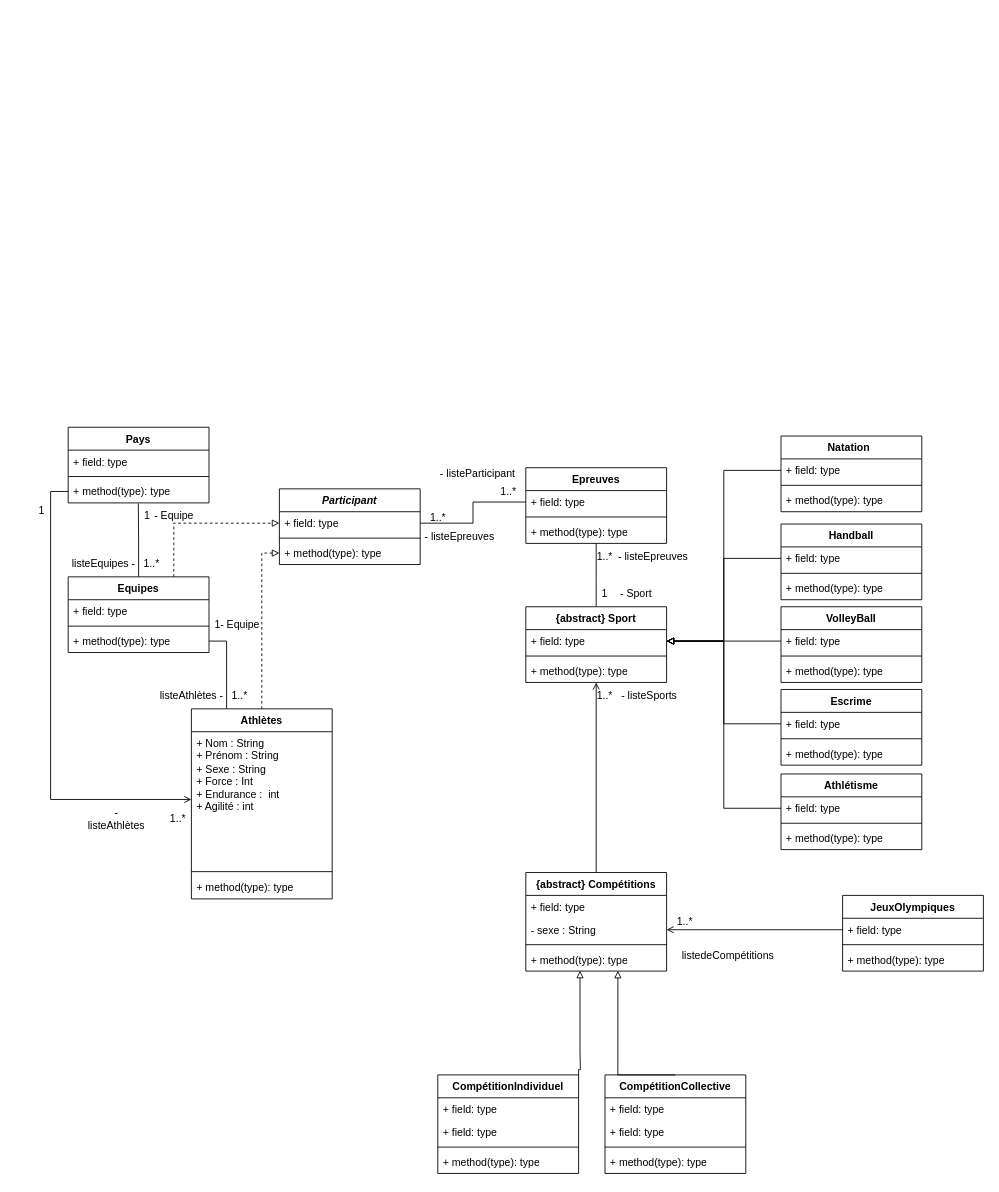
Earlier version of the draw.io diagram Diagramme sans nom.drawio (alexisnisol/JeuxOlympiques). Source tidied: cells renumbered, new cells numbered last; positions are measured from the earlier drawing's top-left corner, leaving out a move shared by most shapes. Both pictures are drawn from the tidied source at 88%, with x=0, y=0 at pixel (15, 427).
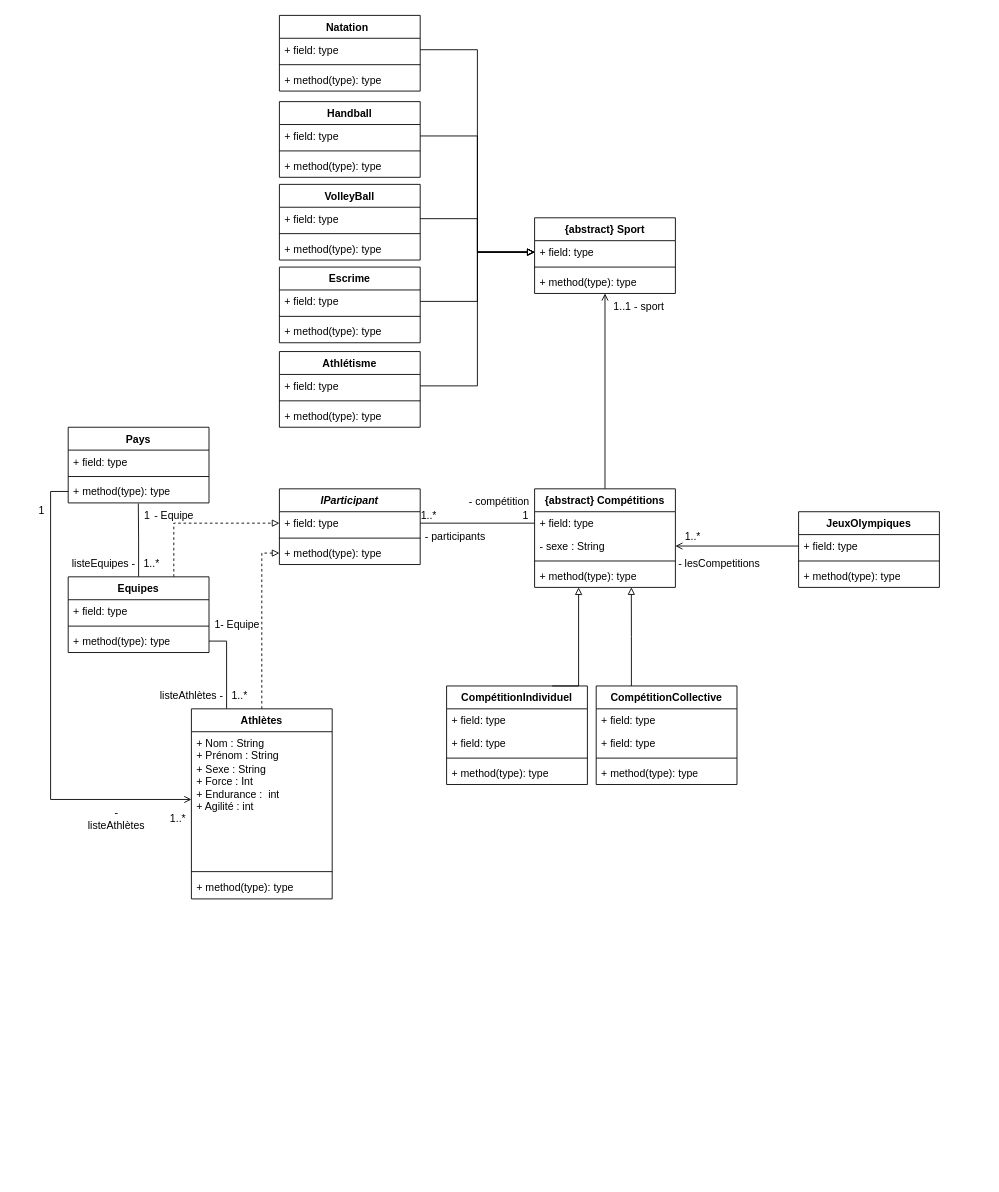
The same diagram, later.

Commit message:
Mettre à jour Diagramme sans nom.drawio

The change refers to these unchanged cells:
```xml
<mxCell id="5" value="+ field: type" style="text;strokeColor=none;fillColor=none;align=left;verticalAlign=top;spacingLeft=4;spacingRight=4;overflow=hidden;points=[[0,0.5],[1,0.5]];portConstraint=eastwest;whiteSpace=wrap;html=1;" parent="4" vertex="1">
  <mxGeometry y="26" width="160" height="26" as="geometry" />
</mxCell>
<mxCell id="35" value="+ field: type" style="text;strokeColor=none;fillColor=none;align=left;verticalAlign=top;spacingLeft=4;spacingRight=4;overflow=hidden;points=[[0,0.5],[1,0.5]];portConstraint=eastwest;whiteSpace=wrap;html=1;" parent="34" vertex="1">
  <mxGeometry y="26" width="160" height="26" as="geometry" />
</mxCell>
<mxCell id="39" value="+ field: type" style="text;strokeColor=none;fillColor=none;align=left;verticalAlign=top;spacingLeft=4;spacingRight=4;overflow=hidden;points=[[0,0.5],[1,0.5]];portConstraint=eastwest;whiteSpace=wrap;html=1;" parent="38" vertex="1">
  <mxGeometry y="26" width="160" height="26" as="geometry" />
</mxCell>
<mxCell id="43" value="+ field: type" style="text;strokeColor=none;fillColor=none;align=left;verticalAlign=top;spacingLeft=4;spacingRight=4;overflow=hidden;points=[[0,0.5],[1,0.5]];portConstraint=eastwest;whiteSpace=wrap;html=1;" parent="42" vertex="1">
  <mxGeometry y="26" width="160" height="26" as="geometry" />
</mxCell>
<mxCell id="47" value="+ field: type" style="text;strokeColor=none;fillColor=none;align=left;verticalAlign=top;spacingLeft=4;spacingRight=4;overflow=hidden;points=[[0,0.5],[1,0.5]];portConstraint=eastwest;whiteSpace=wrap;html=1;" parent="46" vertex="1">
  <mxGeometry y="26" width="160" height="26" as="geometry" />
</mxCell>
<mxCell id="51" value="+ field: type" style="text;strokeColor=none;fillColor=none;align=left;verticalAlign=top;spacingLeft=4;spacingRight=4;overflow=hidden;points=[[0,0.5],[1,0.5]];portConstraint=eastwest;whiteSpace=wrap;html=1;" parent="50" vertex="1">
  <mxGeometry y="26" width="160" height="26" as="geometry" />
</mxCell>
<mxCell id="63" value="+ field: type" style="text;strokeColor=none;fillColor=none;align=left;verticalAlign=top;spacingLeft=4;spacingRight=4;overflow=hidden;points=[[0,0.5],[1,0.5]];portConstraint=eastwest;whiteSpace=wrap;html=1;" parent="62" vertex="1">
  <mxGeometry y="26" width="160" height="26" as="geometry" />
</mxCell>
<mxCell id="64" value="- sexe : String" style="text;strokeColor=none;fillColor=none;align=left;verticalAlign=top;spacingLeft=4;spacingRight=4;overflow=hidden;points=[[0,0.5],[1,0.5]];portConstraint=eastwest;whiteSpace=wrap;html=1;" parent="62" vertex="1">
  <mxGeometry y="52" width="160" height="26" as="geometry" />
</mxCell>
<mxCell id="66" value="+ method(type): type" style="text;strokeColor=none;fillColor=none;align=left;verticalAlign=top;spacingLeft=4;spacingRight=4;overflow=hidden;points=[[0,0.5],[1,0.5]];portConstraint=eastwest;whiteSpace=wrap;html=1;" parent="62" vertex="1">
  <mxGeometry y="86" width="160" height="26" as="geometry" />
</mxCell>
<mxCell id="80" value="+ field: type" style="text;strokeColor=none;fillColor=none;align=left;verticalAlign=top;spacingLeft=4;spacingRight=4;overflow=hidden;points=[[0,0.5],[1,0.5]];portConstraint=eastwest;whiteSpace=wrap;html=1;" parent="79" vertex="1">
  <mxGeometry y="26" width="160" height="26" as="geometry" />
</mxCell>
<mxCell id="85" value="+ field: type" style="text;strokeColor=none;fillColor=none;align=left;verticalAlign=top;spacingLeft=4;spacingRight=4;overflow=hidden;points=[[0,0.5],[1,0.5]];portConstraint=eastwest;whiteSpace=wrap;html=1;" parent="84" vertex="1">
  <mxGeometry y="26" width="160" height="26" as="geometry" />
</mxCell>
```

The edit, as a diff of the source:
```diff
@@
-    <mxCell id="3" style="edgeStyle=orthogonalEdgeStyle;rounded=0;jettySize=auto;html=1;endArrow=none;endFill=0;" parent="1" edge="1" source="4" target="23">
-      <mxGeometry relative="1" as="geometry">
-        <Array as="points">
-          <mxPoint x="660" y="176" />
-          <mxPoint x="660" y="176" />
-        </Array>
-      </mxGeometry>
-    </mxCell>
     <mxCell id="4" value="{abstract} Sport" style="swimlane;fontStyle=1;align=center;verticalAlign=top;horizontal=1;startSize=26;whiteSpace=wrap;html=1;" parent="1" vertex="1">
-      <mxGeometry x="580" y="204" width="160" height="86" as="geometry" />
+      <mxGeometry x="590" y="-238" width="160" height="86" as="geometry" />
     </mxCell>
@@
-    <mxCell id="20" value="Epreuves" style="swimlane;fontStyle=1;align=center;verticalAlign=top;horizontal=1;startSize=26;whiteSpace=wrap;html=1;" parent="1" vertex="1">
-      <mxGeometry x="580" y="46" width="160" height="86" as="geometry" />
-    </mxCell>
-    <mxCell id="21" value="+ field: type" style="text;strokeColor=none;fillColor=none;align=left;verticalAlign=top;spacingLeft=4;spacingRight=4;overflow=hidden;points=[[0,0.5],[1,0.5]];portConstraint=eastwest;whiteSpace=wrap;html=1;" parent="20" vertex="1">
-      <mxGeometry y="26" width="160" height="26" as="geometry" />
-    </mxCell>
-    <mxCell id="22" style="line;strokeWidth=1;fillColor=none;align=left;verticalAlign=middle;spacingTop=-1;spacingLeft=3;spacingRight=3;labelPosition=right;strokeColor=inherit;" parent="20" vertex="1">
-      <mxGeometry y="52" width="160" height="8" as="geometry" />
-    </mxCell>
-    <mxCell id="23" value="+ method(type): type" style="text;strokeColor=none;fillColor=none;align=left;verticalAlign=top;spacingLeft=4;spacingRight=4;overflow=hidden;points=[[0,0.5],[1,0.5]];portConstraint=eastwest;whiteSpace=wrap;html=1;" parent="20" vertex="1">
-      <mxGeometry y="60" width="160" height="26" as="geometry" />
-    </mxCell>
@@
     <mxCell id="34" value="Handball" style="swimlane;fontStyle=1;align=center;verticalAlign=top;horizontal=1;startSize=26;whiteSpace=wrap;html=1;" parent="1" vertex="1">
-      <mxGeometry x="870" y="110" width="160" height="86" as="geometry" />
+      <mxGeometry x="300" y="-370" width="160" height="86" as="geometry" />
     </mxCell>
@@
     <mxCell id="38" value="&lt;div&gt;VolleyBall&lt;/div&gt;" style="swimlane;fontStyle=1;align=center;verticalAlign=top;horizontal=1;startSize=26;whiteSpace=wrap;html=1;" parent="1" vertex="1">
-      <mxGeometry x="870" y="204" width="160" height="86" as="geometry" />
+      <mxGeometry x="300" y="-276" width="160" height="86" as="geometry" />
     </mxCell>
@@
     <mxCell id="42" value="Escrime" style="swimlane;fontStyle=1;align=center;verticalAlign=top;horizontal=1;startSize=26;whiteSpace=wrap;html=1;" parent="1" vertex="1">
-      <mxGeometry x="870" y="298" width="160" height="86" as="geometry" />
+      <mxGeometry x="300" y="-182" width="160" height="86" as="geometry" />
     </mxCell>
@@
     <mxCell id="46" value="Natation&lt;span style=&quot;white-space: pre;&quot;&gt;&#9;&lt;/span&gt;" style="swimlane;fontStyle=1;align=center;verticalAlign=top;horizontal=1;startSize=26;whiteSpace=wrap;html=1;" parent="1" vertex="1">
-      <mxGeometry x="870" y="10" width="160" height="86" as="geometry" />
+      <mxGeometry x="300" y="-468" width="160" height="86" as="geometry" />
     </mxCell>
@@
     <mxCell id="50" value="Athlétisme" style="swimlane;fontStyle=1;align=center;verticalAlign=top;horizontal=1;startSize=26;whiteSpace=wrap;html=1;" parent="1" vertex="1">
-      <mxGeometry x="870" y="394" width="160" height="86" as="geometry" />
+      <mxGeometry x="300" y="-86" width="160" height="86" as="geometry" />
     </mxCell>
@@
-    <mxCell id="54" style="edgeStyle=orthogonalEdgeStyle;rounded=0;jettySize=auto;html=1;exitX=0;exitY=0.5;exitDx=0;exitDy=0;entryX=1;entryY=0.5;entryDx=0;entryDy=0;endArrow=block;endFill=0;" parent="1" edge="1" source="47" target="5">
-      <mxGeometry relative="1" as="geometry" />
-    </mxCell>
-    <mxCell id="55" style="edgeStyle=orthogonalEdgeStyle;rounded=0;jettySize=auto;html=1;exitX=0;exitY=0.5;exitDx=0;exitDy=0;entryX=1;entryY=0.5;entryDx=0;entryDy=0;endArrow=block;endFill=0;" parent="1" edge="1" source="35" target="5">
-      <mxGeometry relative="1" as="geometry" />
-    </mxCell>
-    <mxCell id="56" style="edgeStyle=orthogonalEdgeStyle;rounded=0;jettySize=auto;html=1;exitX=0;exitY=0.5;exitDx=0;exitDy=0;entryX=1;entryY=0.5;entryDx=0;entryDy=0;endArrow=block;endFill=0;" parent="1" edge="1" source="39" target="5">
-      <mxGeometry relative="1" as="geometry" />
-    </mxCell>
-    <mxCell id="57" style="edgeStyle=orthogonalEdgeStyle;rounded=0;jettySize=auto;html=1;exitX=0;exitY=0.5;exitDx=0;exitDy=0;entryX=1;entryY=0.5;entryDx=0;entryDy=0;endArrow=block;endFill=0;" parent="1" edge="1" source="43" target="5">
-      <mxGeometry relative="1" as="geometry" />
-    </mxCell>
-    <mxCell id="58" style="edgeStyle=orthogonalEdgeStyle;rounded=0;jettySize=auto;html=1;exitX=0;exitY=0.5;exitDx=0;exitDy=0;entryX=1;entryY=0.5;entryDx=0;entryDy=0;endArrow=block;endFill=0;" parent="1" edge="1" source="51" target="5">
-      <mxGeometry relative="1" as="geometry" />
-    </mxCell>
-    <mxCell id="59" value="1..*" style="text;html=1;align=center;verticalAlign=middle;whiteSpace=wrap;rounded=0;" parent="1" vertex="1">
-      <mxGeometry x="640" y="290" width="60" height="30" as="geometry" />
+    <mxCell id="59" value="1..1" style="text;html=1;align=center;verticalAlign=middle;whiteSpace=wrap;rounded=0;" parent="1" vertex="1">
+      <mxGeometry x="660" y="-152" width="60" height="30" as="geometry" />
     </mxCell>
-    <mxCell id="60" value="1" style="text;html=1;align=center;verticalAlign=middle;whiteSpace=wrap;rounded=0;" parent="1" vertex="1">
-      <mxGeometry x="640" y="174" width="60" height="30" as="geometry" />
-    </mxCell>
-    <mxCell id="61" value="1..*" style="text;html=1;align=center;verticalAlign=middle;whiteSpace=wrap;rounded=0;" parent="1" vertex="1">
-      <mxGeometry x="640" y="132" width="60" height="30" as="geometry" />
-    </mxCell>
     <mxCell id="62" value="{abstract} Compétitions" style="swimlane;fontStyle=1;align=center;verticalAlign=top;horizontal=1;startSize=26;whiteSpace=wrap;html=1;" parent="1" vertex="1">
-      <mxGeometry x="580" y="506" width="160" height="112" as="geometry" />
+      <mxGeometry x="590" y="70" width="160" height="112" as="geometry" />
     </mxCell>
@@
     <mxCell id="67" value="CompétitionIndividuel" style="swimlane;fontStyle=1;align=center;verticalAlign=top;horizontal=1;startSize=26;whiteSpace=wrap;html=1;" parent="1" vertex="1">
-      <mxGeometry x="480" y="736" width="160" height="112" as="geometry" />
+      <mxGeometry x="490" y="294" width="160" height="112" as="geometry" />
     </mxCell>
@@
     <mxCell id="72" value="CompétitionCollective" style="swimlane;fontStyle=1;align=center;verticalAlign=top;horizontal=1;startSize=26;whiteSpace=wrap;html=1;" parent="1" vertex="1">
-      <mxGeometry x="670" y="736" width="160" height="112" as="geometry" />
+      <mxGeometry x="660" y="294" width="160" height="112" as="geometry" />
     </mxCell>
@@
-    <mxCell id="77" style="edgeStyle=orthogonalEdgeStyle;rounded=0;jettySize=auto;html=1;exitX=0.654;exitY=0.987;exitDx=0;exitDy=0;entryX=0.5;entryY=0;entryDx=0;entryDy=0;exitPerimeter=0;endArrow=none;endFill=0;startArrow=block;startFill=0;" parent="1" edge="1" source="66" target="72">
-      <mxGeometry relative="1" as="geometry">
-        <Array as="points">
-          <mxPoint x="685" y="736" />
-        </Array>
-      </mxGeometry>
-    </mxCell>
-    <mxCell id="78" style="edgeStyle=orthogonalEdgeStyle;rounded=0;jettySize=auto;html=1;entryX=1;entryY=0;entryDx=0;entryDy=0;exitX=0.385;exitY=0.984;exitDx=0;exitDy=0;exitPerimeter=0;endArrow=none;endFill=0;startArrow=block;startFill=0;" parent="1" edge="1" source="66" target="67">
-      <mxGeometry relative="1" as="geometry">
-        <Array as="points">
-          <mxPoint x="642" y="710" />
-          <mxPoint x="642" y="710" />
-          <mxPoint x="642" y="730" />
-          <mxPoint x="640" y="730" />
-        </Array>
-      </mxGeometry>
-    </mxCell>
-    <mxCell id="79" value="&lt;i&gt;Participant&lt;/i&gt;" style="swimlane;fontStyle=1;align=center;verticalAlign=top;horizontal=1;startSize=26;whiteSpace=wrap;html=1;" parent="1" vertex="1">
+    <mxCell id="79" value="&lt;i&gt;IParticipant&lt;/i&gt;" style="swimlane;fontStyle=1;align=center;verticalAlign=top;horizontal=1;startSize=26;whiteSpace=wrap;html=1;" parent="1" vertex="1">
       <mxGeometry x="300" y="70" width="160" height="86" as="geometry" />
     </mxCell>
@@
-    <mxCell id="83" style="edgeStyle=orthogonalEdgeStyle;rounded=0;jettySize=auto;html=1;exitX=1;exitY=0.5;exitDx=0;exitDy=0;entryX=0;entryY=0.5;entryDx=0;entryDy=0;endArrow=none;endFill=0;" parent="1" edge="1" source="80" target="21">
-      <mxGeometry relative="1" as="geometry" />
-    </mxCell>
     <mxCell id="84" value="JeuxOlympiques" style="swimlane;fontStyle=1;align=center;verticalAlign=top;horizontal=1;startSize=26;whiteSpace=wrap;html=1;" parent="1" vertex="1">
-      <mxGeometry x="940" y="532" width="160" height="86" as="geometry" />
+      <mxGeometry x="890" y="96" width="160" height="86" as="geometry" />
     </mxCell>
@@
-    <mxCell id="88" style="edgeStyle=orthogonalEdgeStyle;rounded=0;jettySize=auto;html=1;exitX=0;exitY=0.5;exitDx=0;exitDy=0;entryX=1;entryY=0.5;entryDx=0;entryDy=0;endArrow=open;endFill=0;startArrow=none;startFill=0;" parent="1" edge="1" source="85" target="64">
+    <mxCell id="88" style="edgeStyle=orthogonalEdgeStyle;rounded=0;jettySize=auto;html=1;entryX=1;entryY=0.5;entryDx=0;entryDy=0;endArrow=open;endFill=0;startArrow=none;startFill=0;exitX=0;exitY=0.5;exitDx=0;exitDy=0;" parent="1" edge="1" source="85" target="64">
       <mxGeometry relative="1" as="geometry" />
     </mxCell>
-    <mxCell id="89" value="1..*" style="text;html=1;align=center;verticalAlign=middle;whiteSpace=wrap;rounded=0;" parent="1" vertex="1">
-      <mxGeometry x="731" y="547" width="60" height="30" as="geometry" />
+    <mxCell id="89" value="1" style="text;html=1;align=center;verticalAlign=middle;whiteSpace=wrap;rounded=0;" parent="1" vertex="1">
+      <mxGeometry x="550" y="86" width="60" height="30" as="geometry" />
     </mxCell>
@@
-    <mxCell id="91" value="listedeCompétitions" style="text;html=1;align=center;verticalAlign=middle;whiteSpace=wrap;rounded=0;" parent="1" vertex="1">
-      <mxGeometry x="780" y="586" width="60" height="30" as="geometry" />
+    <mxCell id="91" value="- lesCompetitions" style="text;html=1;align=center;verticalAlign=middle;whiteSpace=wrap;rounded=0;" parent="1" vertex="1">
+      <mxGeometry x="750" y="140" width="100" height="30" as="geometry" />
     </mxCell>
@@
-    <mxCell id="93" value="- listeEpreuves" style="text;html=1;align=center;verticalAlign=middle;whiteSpace=wrap;rounded=0;" parent="1" vertex="1">
-      <mxGeometry x="680" y="132" width="90" height="30" as="geometry" />
-    </mxCell>
-    <mxCell id="94" value="- Sport" style="text;html=1;align=center;verticalAlign=middle;strokeColor=none;fillColor=none;" parent="1" vertex="1">
-      <mxGeometry x="675" y="174" width="60" height="30" as="geometry" />
-    </mxCell>
@@
-    <mxCell id="99" value="- listeSports" style="text;html=1;align=center;verticalAlign=middle;strokeColor=none;fillColor=none;" parent="1" vertex="1">
-      <mxGeometry x="675" y="290" width="90" height="30" as="geometry" />
+    <mxCell id="99" value="- sport" style="text;html=1;align=center;verticalAlign=middle;strokeColor=none;fillColor=none;" parent="1" vertex="1">
+      <mxGeometry x="690" y="-152" width="60" height="30" as="geometry" />
     </mxCell>
-    <mxCell id="100" value="- listeEpreuves" style="text;html=1;align=center;verticalAlign=middle;whiteSpace=wrap;rounded=0;" parent="1" vertex="1">
-      <mxGeometry x="460" y="110" width="90" height="30" as="geometry" />
-    </mxCell>
-    <mxCell id="101" value="1..*" style="text;html=1;align=center;verticalAlign=middle;strokeColor=none;fillColor=none;" parent="1" vertex="1">
-      <mxGeometry x="460" y="88" width="40" height="30" as="geometry" />
-    </mxCell>
-    <mxCell id="102" value="1..*" style="text;html=1;align=center;verticalAlign=middle;strokeColor=none;fillColor=none;" parent="1" vertex="1">
-      <mxGeometry x="540" y="58" width="40" height="30" as="geometry" />
-    </mxCell>
-    <mxCell id="103" value="- listeParticipant" style="text;html=1;align=center;verticalAlign=middle;strokeColor=none;fillColor=none;" parent="1" vertex="1">
-      <mxGeometry x="470" y="38" width="110" height="30" as="geometry" />
-    </mxCell>
+    <mxCell id="78" style="edgeStyle=orthogonalEdgeStyle;rounded=0;jettySize=auto;html=1;endArrow=none;endFill=0;startArrow=block;startFill=0;entryX=0.75;entryY=0;entryDx=0;entryDy=0;" parent="1" edge="1" source="66" target="67">
+      <mxGeometry relative="1" as="geometry">
+        <Array as="points">
+          <mxPoint x="640" y="294" />
+        </Array>
+      </mxGeometry>
+    </mxCell>
+    <mxCell id="104" style="edgeStyle=orthogonalEdgeStyle;rounded=0;jettySize=auto;html=1;exitX=0.25;exitY=0;exitDx=0;exitDy=0;entryX=0.687;entryY=0.997;entryDx=0;entryDy=0;entryPerimeter=0;endArrow=block;endFill=0;" parent="1" edge="1" source="72" target="66">
+      <mxGeometry relative="1" as="geometry" />
+    </mxCell>
+    <mxCell id="105" style="edgeStyle=orthogonalEdgeStyle;rounded=0;jettySize=auto;html=1;exitX=1;exitY=0.5;exitDx=0;exitDy=0;entryX=0;entryY=0.5;entryDx=0;entryDy=0;endArrow=none;endFill=0;" parent="1" edge="1" source="80" target="63">
+      <mxGeometry relative="1" as="geometry" />
+    </mxCell>
+    <mxCell id="106" value="1..*" style="text;html=1;align=center;verticalAlign=middle;whiteSpace=wrap;rounded=0;" parent="1" vertex="1">
+      <mxGeometry x="440" y="86" width="60" height="30" as="geometry" />
+    </mxCell>
+    <mxCell id="107" value="- participants" style="text;html=1;align=center;verticalAlign=middle;whiteSpace=wrap;rounded=0;" parent="1" vertex="1">
+      <mxGeometry x="460" y="110" width="80" height="30" as="geometry" />
+    </mxCell>
+    <mxCell id="108" value="- compétition" style="text;html=1;align=center;verticalAlign=middle;whiteSpace=wrap;rounded=0;" parent="1" vertex="1">
+      <mxGeometry x="510" y="70" width="80" height="30" as="geometry" />
+    </mxCell>
+    <mxCell id="54" style="edgeStyle=orthogonalEdgeStyle;rounded=0;jettySize=auto;html=1;exitX=1;exitY=0.5;exitDx=0;exitDy=0;entryX=0;entryY=0.5;entryDx=0;entryDy=0;endArrow=block;endFill=0;" parent="1" edge="1" source="47" target="5">
+      <mxGeometry relative="1" as="geometry" />
+    </mxCell>
+    <mxCell id="55" style="edgeStyle=orthogonalEdgeStyle;rounded=0;jettySize=auto;html=1;exitX=1;exitY=0.5;exitDx=0;exitDy=0;entryX=0;entryY=0.5;entryDx=0;entryDy=0;endArrow=block;endFill=0;" parent="1" edge="1" source="35" target="5">
+      <mxGeometry relative="1" as="geometry" />
+    </mxCell>
+    <mxCell id="56" style="edgeStyle=orthogonalEdgeStyle;rounded=0;jettySize=auto;html=1;exitX=1;exitY=0.5;exitDx=0;exitDy=0;entryX=0;entryY=0.5;entryDx=0;entryDy=0;endArrow=block;endFill=0;" parent="1" edge="1" source="39" target="5">
+      <mxGeometry relative="1" as="geometry" />
+    </mxCell>
+    <mxCell id="57" style="edgeStyle=orthogonalEdgeStyle;rounded=0;jettySize=auto;html=1;exitX=1;exitY=0.5;exitDx=0;exitDy=0;entryX=0;entryY=0.5;entryDx=0;entryDy=0;endArrow=block;endFill=0;" parent="1" edge="1" source="43" target="5">
+      <mxGeometry relative="1" as="geometry" />
+    </mxCell>
+    <mxCell id="58" style="edgeStyle=orthogonalEdgeStyle;rounded=0;jettySize=auto;html=1;exitX=1;exitY=0.5;exitDx=0;exitDy=0;entryX=0;entryY=0.5;entryDx=0;entryDy=0;endArrow=block;endFill=0;" parent="1" edge="1" source="51" target="5">
+      <mxGeometry relative="1" as="geometry" />
+    </mxCell>
+    <mxCell id="109" value="1..*" style="text;html=1;align=center;verticalAlign=middle;whiteSpace=wrap;rounded=0;" parent="1" vertex="1">
+      <mxGeometry x="740" y="110" width="60" height="30" as="geometry" />
+    </mxCell>
```
